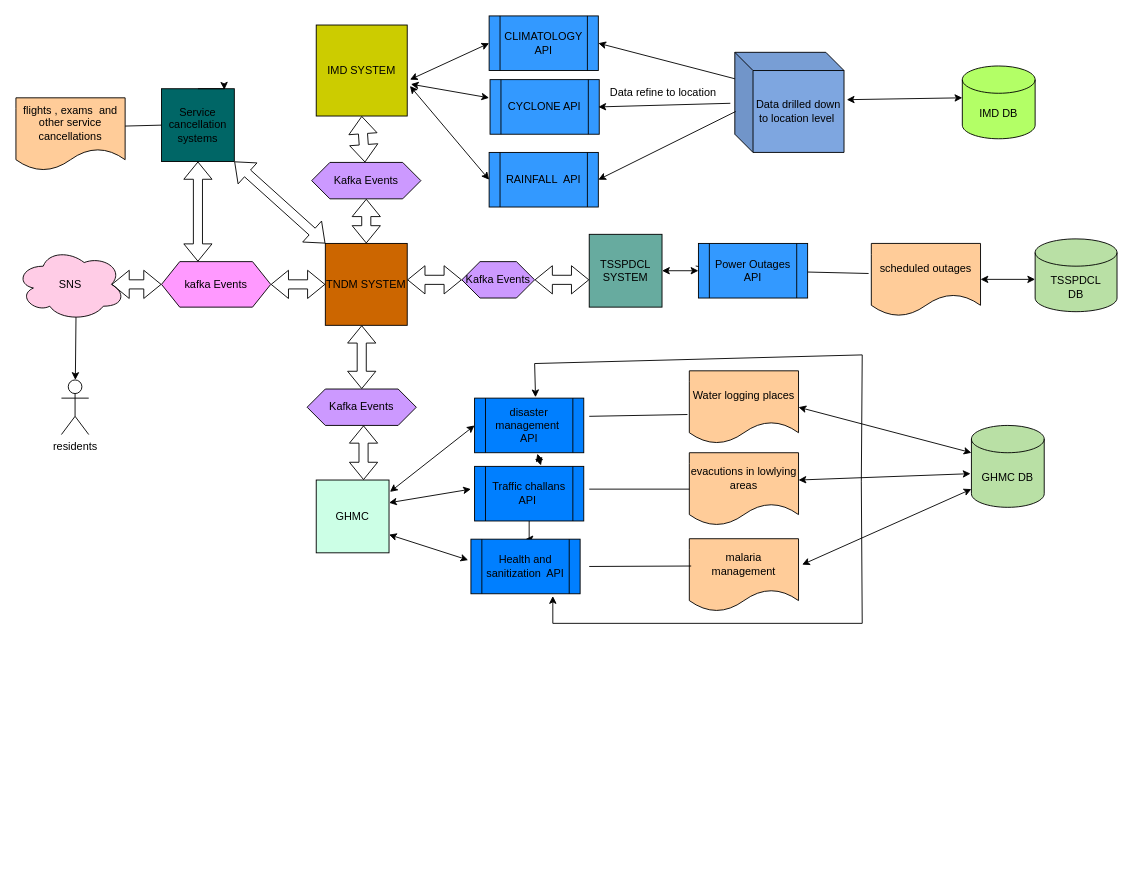
Earlier version of the draw.io diagram Untitled Diagram.drawio (divyadronavalli/demo). Source tidied: cells renumbered, new cells numbered last; positions are measured from the earlier drawing's top-left corner, leaving out a move shared by most shapes. Both pictures are drawn from the tidied source at 91%, with x=0, y=0 at pixel (15, 15).
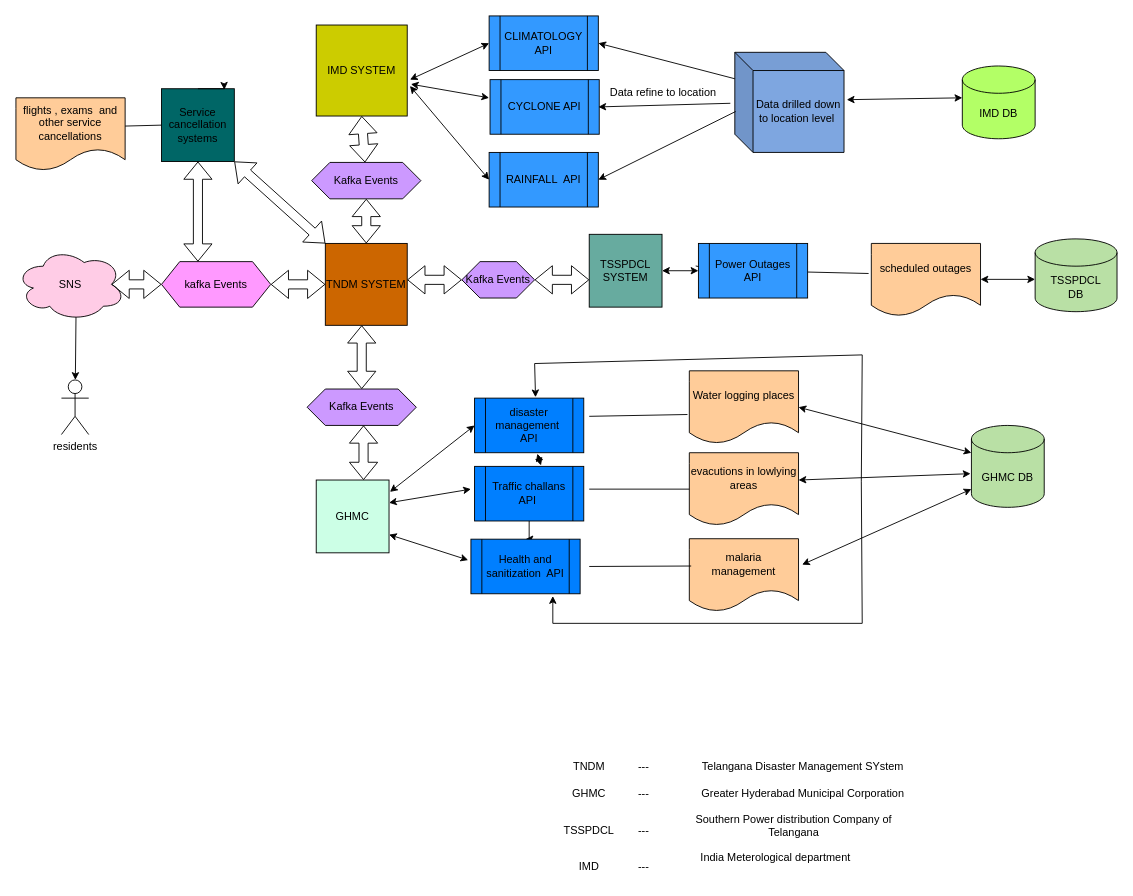
The same diagram, later.

What changed in the source:
```diff
@@
+    <mxCell id="68" value="TNDM" style="text;html=1;strokeColor=none;fillColor=none;align=center;verticalAlign=middle;whiteSpace=wrap;rounded=0;" parent="1" vertex="1">
+      <mxGeometry x="600" y="810" width="60" height="30" as="geometry" />
+    </mxCell>
+    <mxCell id="69" value="---" style="text;html=1;strokeColor=none;fillColor=none;align=center;verticalAlign=middle;whiteSpace=wrap;rounded=0;" parent="1" vertex="1">
+      <mxGeometry x="660" y="810" width="60" height="30" as="geometry" />
+    </mxCell>
+    <mxCell id="70" value="Telangana Disaster Management SYstem" style="text;html=1;strokeColor=none;fillColor=none;align=center;verticalAlign=middle;whiteSpace=wrap;rounded=0;" parent="1" vertex="1">
+      <mxGeometry x="720" y="810" width="290" height="30" as="geometry" />
+    </mxCell>
+    <mxCell id="71" value="GHMC" style="text;html=1;strokeColor=none;fillColor=none;align=center;verticalAlign=middle;whiteSpace=wrap;rounded=0;" parent="1" vertex="1">
+      <mxGeometry x="600" y="840" width="60" height="30" as="geometry" />
+    </mxCell>
+    <mxCell id="72" value="---" style="text;html=1;strokeColor=none;fillColor=none;align=center;verticalAlign=middle;whiteSpace=wrap;rounded=0;" parent="1" vertex="1">
+      <mxGeometry x="660" y="840" width="60" height="30" as="geometry" />
+    </mxCell>
+    <mxCell id="73" value="Greater Hyderabad Municipal Corporation" style="text;html=1;strokeColor=none;fillColor=none;align=center;verticalAlign=middle;whiteSpace=wrap;rounded=0;" parent="1" vertex="1">
+      <mxGeometry x="750" y="840" width="230" height="30" as="geometry" />
+    </mxCell>
+    <mxCell id="74" value="TSSPDCL" style="text;html=1;strokeColor=none;fillColor=none;align=center;verticalAlign=middle;whiteSpace=wrap;rounded=0;" parent="1" vertex="1">
+      <mxGeometry x="600" y="880" width="60" height="30" as="geometry" />
+    </mxCell>
+    <mxCell id="75" value="---" style="text;html=1;strokeColor=none;fillColor=none;align=center;verticalAlign=middle;whiteSpace=wrap;rounded=0;" parent="1" vertex="1">
+      <mxGeometry x="660" y="880" width="60" height="30" as="geometry" />
+    </mxCell>
+    <mxCell id="76" value="Southern Power distribution Company of Telangana" style="text;html=1;strokeColor=none;fillColor=none;align=center;verticalAlign=middle;whiteSpace=wrap;rounded=0;" parent="1" vertex="1">
+      <mxGeometry x="730" y="880" width="250" height="20" as="geometry" />
+    </mxCell>
+    <mxCell id="77" value="IMD" style="text;html=1;strokeColor=none;fillColor=none;align=center;verticalAlign=middle;whiteSpace=wrap;rounded=0;" parent="1" vertex="1">
+      <mxGeometry x="600" y="920" width="60" height="30" as="geometry" />
+    </mxCell>
+    <mxCell id="78" value="---" style="text;html=1;strokeColor=none;fillColor=none;align=center;verticalAlign=middle;whiteSpace=wrap;rounded=0;" parent="1" vertex="1">
+      <mxGeometry x="660" y="920" width="60" height="30" as="geometry" />
+    </mxCell>
+    <mxCell id="79" value="India Meterological department" style="text;html=1;strokeColor=none;fillColor=none;align=center;verticalAlign=middle;whiteSpace=wrap;rounded=0;" parent="1" vertex="1">
+      <mxGeometry x="720" y="910" width="230" height="30" as="geometry" />
+    </mxCell>
```
